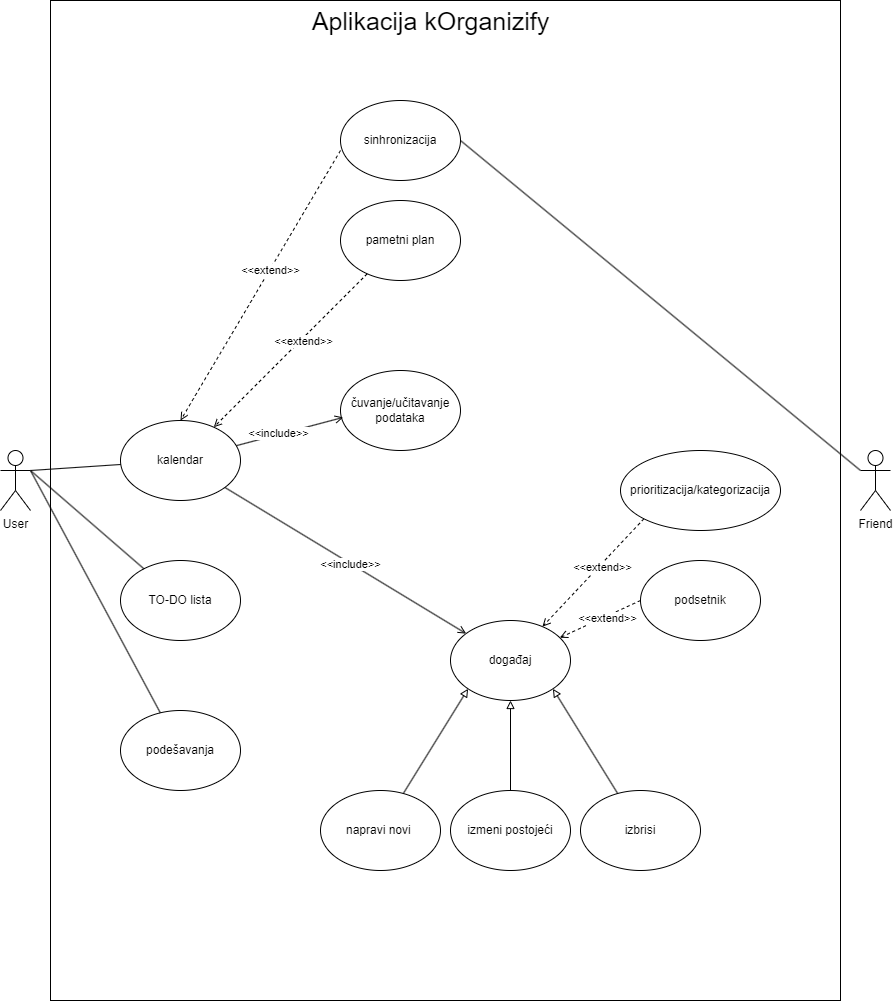
Before: documentation/useCaseDiagram.png, a diagram exported from draw.io (jelisavetagavrilovic/kOrganizify). Source tidied: cells renumbered, new cells last; positions are measured from the earlier drawing's top-left corner, leaving out a move shared by most shapes.
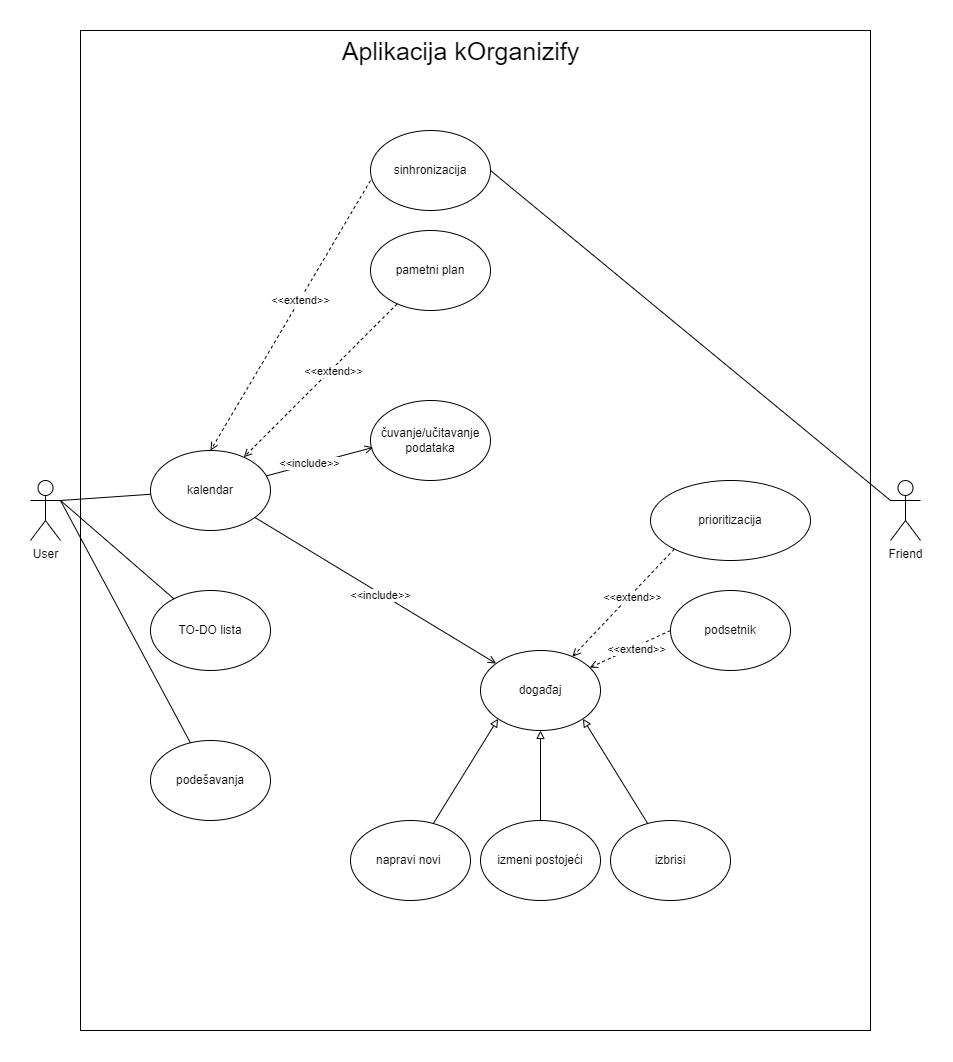
The same file after the commit.

What changed in the source:
```diff
@@ -26,7 +26,7 @@
     <mxCell id="9" value="podsetnik" style="ellipse;whiteSpace=wrap;html=1;labelBackgroundColor=none;" parent="1" vertex="1">
       <mxGeometry x="640" y="560" width="120" height="80" as="geometry" />
     </mxCell>
-    <mxCell id="10" value="prioritizacija/kategorizacija" style="ellipse;whiteSpace=wrap;html=1;labelBackgroundColor=none;" parent="1" vertex="1">
+    <mxCell id="10" value="prioritizacija" style="ellipse;whiteSpace=wrap;html=1;labelBackgroundColor=none;" parent="1" vertex="1">
       <mxGeometry x="620" y="450" width="160" height="80" as="geometry" />
     </mxCell>
     <mxCell id="11" value="sinhronizacija" style="ellipse;whiteSpace=wrap;html=1;labelBackgroundColor=none;" parent="1" vertex="1">
```
